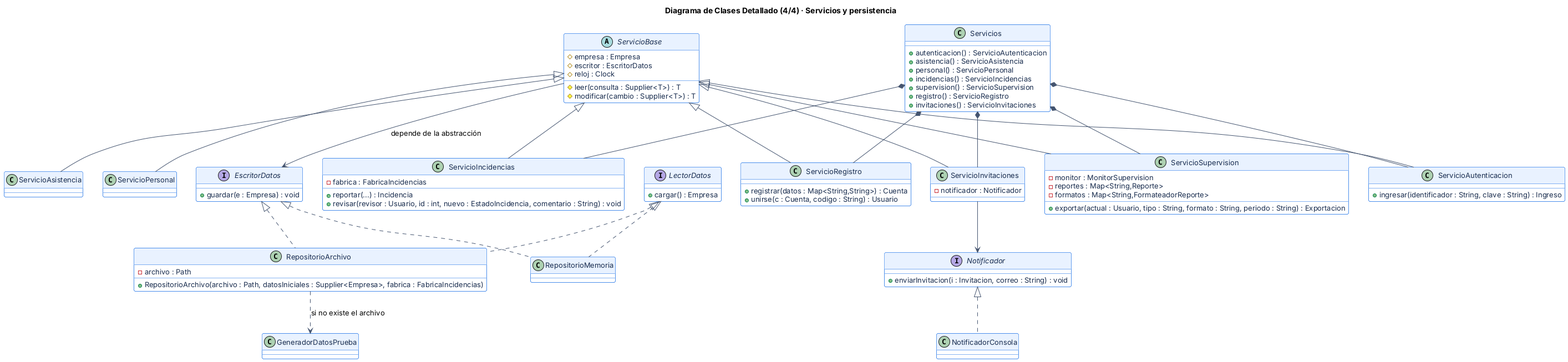
The PlantUML diagram docs/diagramas/img/clases_servicio_persistencia.png in diavolo34/Proyecto-Poo, before a commit. Its diagram source:
```plantuml
@startuml clases_servicio_persistencia
!include estilo.iuml
title Diagrama de Clases Detallado (4/4) · Servicios y persistencia

abstract class ServicioBase {
  # empresa : Empresa
  # escritor : EscritorDatos
  # reloj : Clock
  # leer(consulta : Supplier<T>) : T
  # modificar(cambio : Supplier<T>) : T
}
class Servicios {
  + autenticacion() : ServicioAutenticacion
  + asistencia() : ServicioAsistencia
  + personal() : ServicioPersonal
  + incidencias() : ServicioIncidencias
  + supervision() : ServicioSupervision
  + registro() : ServicioRegistro
  + invitaciones() : ServicioInvitaciones
}
class ServicioAutenticacion {
  + ingresar(identificador : String, clave : String) : Ingreso
}
class ServicioAsistencia
class ServicioPersonal
class ServicioIncidencias {
  - fabrica : FabricaIncidencias
  + reportar(...) : Incidencia
  + revisar(revisor : Usuario, id : int, nuevo : EstadoIncidencia, comentario : String) : void
}
class ServicioSupervision {
  - monitor : MonitorSupervision
  - reportes : Map<String,Reporte>
  - formatos : Map<String,FormateadorReporte>
  + exportar(actual : Usuario, tipo : String, formato : String, periodo : String) : Exportacion
}
class ServicioRegistro {
  + registrar(datos : Map<String,String>) : Cuenta
  + unirse(c : Cuenta, codigo : String) : Usuario
}
class ServicioInvitaciones {
  - notificador : Notificador
}
interface Notificador {
  + enviarInvitacion(i : Invitacion, correo : String) : void
}
class NotificadorConsola
interface LectorDatos {
  + cargar() : Empresa
}
interface EscritorDatos {
  + guardar(e : Empresa) : void
}
class RepositorioArchivo {
  - archivo : Path
  + RepositorioArchivo(archivo : Path, datosIniciales : Supplier<Empresa>, fabrica : FabricaIncidencias)
}
class RepositorioMemoria
class GeneradorDatosPrueba

ServicioBase <|-- ServicioAutenticacion
ServicioBase <|-- ServicioAsistencia
ServicioBase <|-- ServicioPersonal
ServicioBase <|-- ServicioIncidencias
ServicioBase <|-- ServicioSupervision
ServicioBase <|-- ServicioRegistro
ServicioBase <|-- ServicioInvitaciones
Servicios *-- ServicioAutenticacion
Servicios *-- ServicioIncidencias
Servicios *-- ServicioSupervision
Servicios *-- ServicioRegistro
Servicios *-- ServicioInvitaciones
ServicioBase --> EscritorDatos : depende de la abstracción
ServicioInvitaciones --> Notificador
Notificador <|.. NotificadorConsola
LectorDatos <|.. RepositorioArchivo
EscritorDatos <|.. RepositorioArchivo
LectorDatos <|.. RepositorioMemoria
EscritorDatos <|.. RepositorioMemoria
RepositorioArchivo ..> GeneradorDatosPrueba : si no existe el archivo
@enduml
```
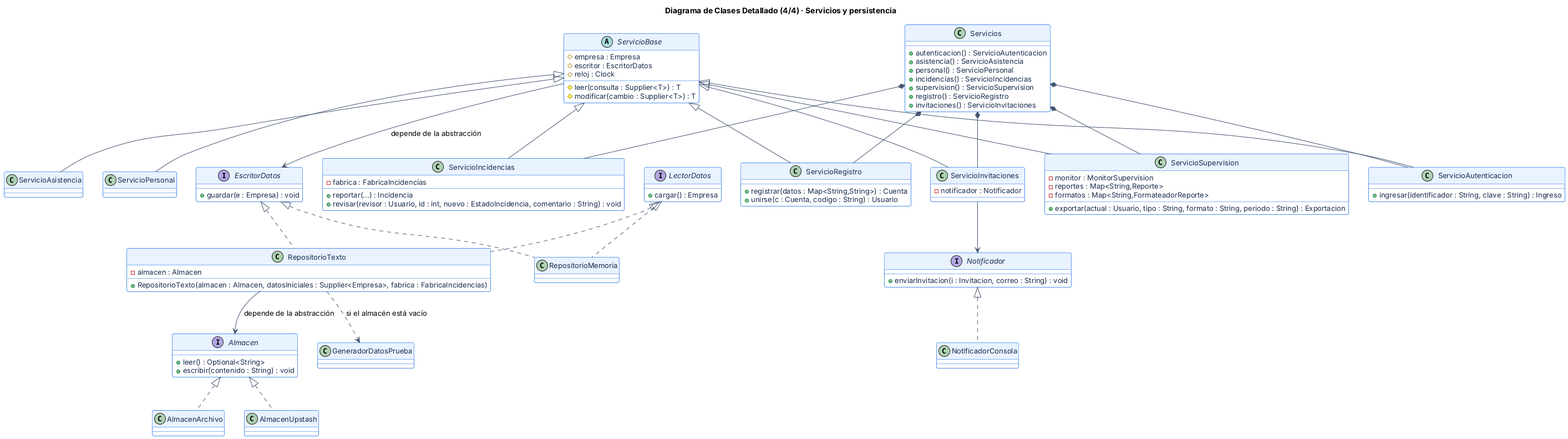
Above is the later version.

Change to the diagram source:
```diff
@@ -51,10 +51,16 @@
 interface EscritorDatos {
   + guardar(e : Empresa) : void
 }
-class RepositorioArchivo {
-  - archivo : Path
-  + RepositorioArchivo(archivo : Path, datosIniciales : Supplier<Empresa>, fabrica : FabricaIncidencias)
+class RepositorioTexto {
+  - almacen : Almacen
+  + RepositorioTexto(almacen : Almacen, datosIniciales : Supplier<Empresa>, fabrica : FabricaIncidencias)
 }
+interface Almacen {
+  + leer() : Optional<String>
+  + escribir(contenido : String) : void
+}
+class AlmacenArchivo
+class AlmacenUpstash
 class RepositorioMemoria
 class GeneradorDatosPrueba
 
@@ -73,9 +79,12 @@
 ServicioBase --> EscritorDatos : depende de la abstracción
 ServicioInvitaciones --> Notificador
 Notificador <|.. NotificadorConsola
-LectorDatos <|.. RepositorioArchivo
-EscritorDatos <|.. RepositorioArchivo
+LectorDatos <|.. RepositorioTexto
+EscritorDatos <|.. RepositorioTexto
 LectorDatos <|.. RepositorioMemoria
 EscritorDatos <|.. RepositorioMemoria
-RepositorioArchivo ..> GeneradorDatosPrueba : si no existe el archivo
+RepositorioTexto ..> GeneradorDatosPrueba : si el almacén está vacío
+RepositorioTexto --> Almacen : depende de la abstracción
+Almacen <|.. AlmacenArchivo
+Almacen <|.. AlmacenUpstash
 @enduml
```
